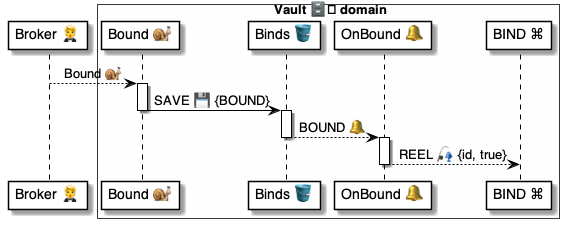
The PlantUML diagram 4 ⚙️ Solution/41 🎭 Domain Roles/Vaults 🗄️/🗄️🪣 Vault tables/Binds 🔗 table/🪣🔔 3 Bound/🗄️ OnBindBound ⚙️ uml.png in pollyweb-org/pollyweb-docs, before a commit. Its source is kept beside it as 4 ⚙️ Solution/41 🎭 Domain Roles/Vaults 🗄️/🗄️🪣 Vault tables/Binds 🔗 table/🪣🔔 3 Bound/🗄️ OnBindBound ⚙️ uml.puml. Source of this version:
```plantuml
@startuml OnBindBound

participant "Broker 🤵" as broker

box Vault 🗄️ domain #FFFFFA
    participant "Bound 🐌" as script
    participant "Binds 🪣" as binds
    participant "OnBound 🔔" as trigger
    participant "BIND ⌘" as bind
end box


broker --> script: Bound 🐌

activate script
    script -> binds: SAVE 💾 {BOUND}
deactivate script

activate binds
    binds --> trigger: BOUND 🔔
deactivate binds

activate trigger
    trigger --> bind: REEL 🎣 {id, true}
deactivate trigger


@enduml
```
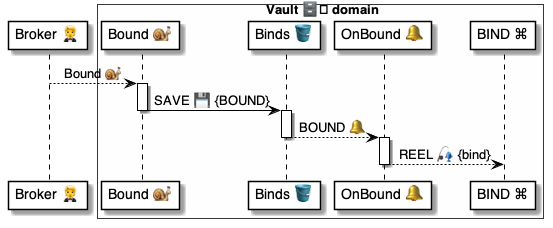
Above is the later version.

Diff of the diagram source:
```diff
@@ -21,7 +21,7 @@
 deactivate binds
 
 activate trigger
-    trigger --> bind: REEL 🎣 {id, true}
+    trigger --> bind: REEL 🎣 {bind}
 deactivate trigger
 
 
```
